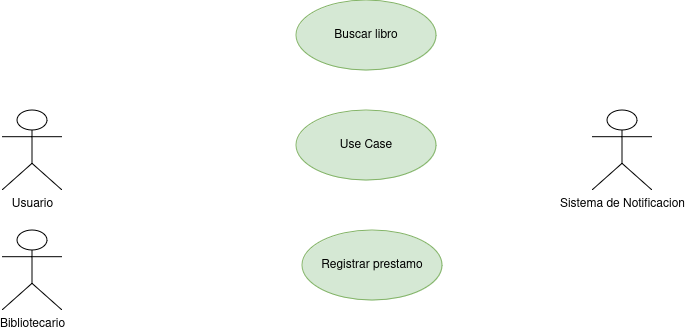
The draw.io diagram Diagrama sin título.drawio.png in gian700/ejercicio-git-libro, before a commit. Source tidied: cells renumbered, new cells last; positions are measured from the earlier drawing's top-left corner, leaving out a move shared by most shapes.
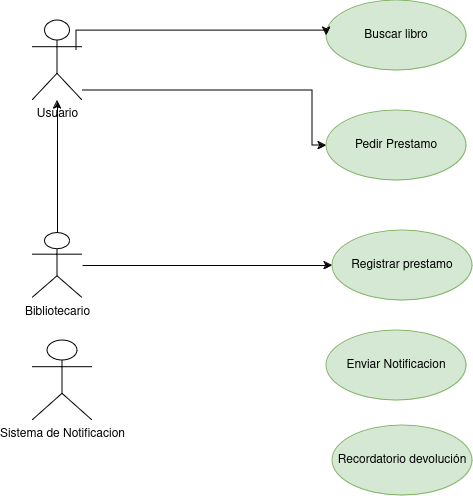
The same diagram one commit later.

What changed in the source:
```diff
@@ -5,20 +5,48 @@
     <mxCell id="2" value="Buscar libro" style="ellipse;whiteSpace=wrap;html=1;fillColor=#d5e8d4;strokeColor=#82b366;" parent="1" vertex="1">
       <mxGeometry x="294" width="140" height="70" as="geometry" />
     </mxCell>
+    <mxCell id="8" style="edgeStyle=orthogonalEdgeStyle;rounded=0;jettySize=auto;html=1;entryX=0;entryY=0.5;entryDx=0;entryDy=0;exitX=0.88;exitY=0.375;exitDx=0;exitDy=0;exitPerimeter=0;" parent="1" edge="1" source="3" target="2">
+      <mxGeometry relative="1" as="geometry">
+        <Array as="points">
+          <mxPoint x="44" y="30" />
+          <mxPoint x="294" y="30" />
+        </Array>
+      </mxGeometry>
+    </mxCell>
+    <mxCell id="9" style="edgeStyle=orthogonalEdgeStyle;rounded=0;jettySize=auto;html=1;" parent="1" edge="1" source="3" target="6">
+      <mxGeometry relative="1" as="geometry">
+        <Array as="points">
+          <mxPoint x="280" y="90" />
+          <mxPoint x="280" y="145" />
+        </Array>
+      </mxGeometry>
+    </mxCell>
     <mxCell id="3" value="Usuario" style="shape=umlActor;html=1;verticalLabelPosition=bottom;verticalAlign=top;align=center;" parent="1" vertex="1">
-      <mxGeometry y="110" width="60" height="80" as="geometry" />
+      <mxGeometry y="20" width="50" height="80" as="geometry" />
     </mxCell>
+    <mxCell id="10" style="edgeStyle=orthogonalEdgeStyle;rounded=0;jettySize=auto;html=1;" parent="1" edge="1" source="4" target="3">
+      <mxGeometry relative="1" as="geometry" />
+    </mxCell>
+    <mxCell id="11" style="edgeStyle=orthogonalEdgeStyle;rounded=0;jettySize=auto;html=1;" parent="1" edge="1" source="4" target="7">
+      <mxGeometry relative="1" as="geometry" />
+    </mxCell>
     <mxCell id="4" value="Bibliotecario" style="shape=umlActor;html=1;verticalLabelPosition=bottom;verticalAlign=top;align=center;" parent="1" vertex="1">
-      <mxGeometry y="230" width="60" height="80" as="geometry" />
+      <mxGeometry y="232.5" width="50" height="65" as="geometry" />
     </mxCell>
     <mxCell id="5" value="Sistema de Notificacion" style="shape=umlActor;html=1;verticalLabelPosition=bottom;verticalAlign=top;align=center;" parent="1" vertex="1">
-      <mxGeometry x="590" y="110" width="60" height="80" as="geometry" />
+      <mxGeometry y="340" width="60" height="80" as="geometry" />
     </mxCell>
-    <mxCell id="6" value="Use Case" style="ellipse;whiteSpace=wrap;html=1;fillColor=#d5e8d4;strokeColor=#82b366;" parent="1" vertex="1">
+    <mxCell id="6" value="Pedir Prestamo" style="ellipse;whiteSpace=wrap;html=1;fillColor=#d5e8d4;strokeColor=#82b366;" parent="1" vertex="1">
       <mxGeometry x="294" y="110" width="140" height="70" as="geometry" />
     </mxCell>
     <mxCell id="7" value="Registrar prestamo" style="ellipse;whiteSpace=wrap;html=1;fillColor=#d5e8d4;strokeColor=#82b366;" parent="1" vertex="1">
       <mxGeometry x="300" y="230" width="140" height="70" as="geometry" />
     </mxCell>
+    <mxCell id="12" value="Enviar Notificacion" style="ellipse;whiteSpace=wrap;html=1;fillColor=#d5e8d4;strokeColor=#82b366;" parent="1" vertex="1">
+      <mxGeometry x="294" y="330" width="140" height="70" as="geometry" />
+    </mxCell>
+    <mxCell id="13" value="&lt;div&gt;Recordatorio devolución&lt;/div&gt;" style="ellipse;whiteSpace=wrap;html=1;fillColor=#d5e8d4;strokeColor=#82b366;" parent="1" vertex="1">
+      <mxGeometry x="300" y="425" width="140" height="70" as="geometry" />
+    </mxCell>
   </root>
 </mxGraphModel>
```
